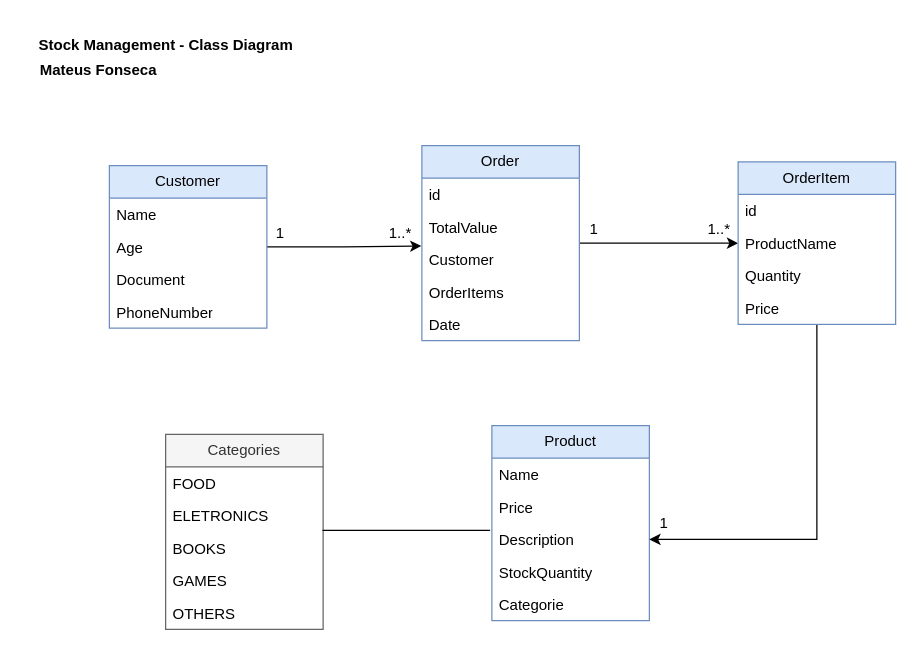
Before: Images/class-diagram.drawio in mateusf-prog/pucpr-ext-stock-management, a draw.io diagram. Source tidied: cells renumbered, new cells numbered last; positions are measured from the earlier drawing's top-left corner, leaving out a move shared by most shapes. Both pictures are drawn from the tidied source at 125%, with x=0, y=0 at pixel (21, 21).
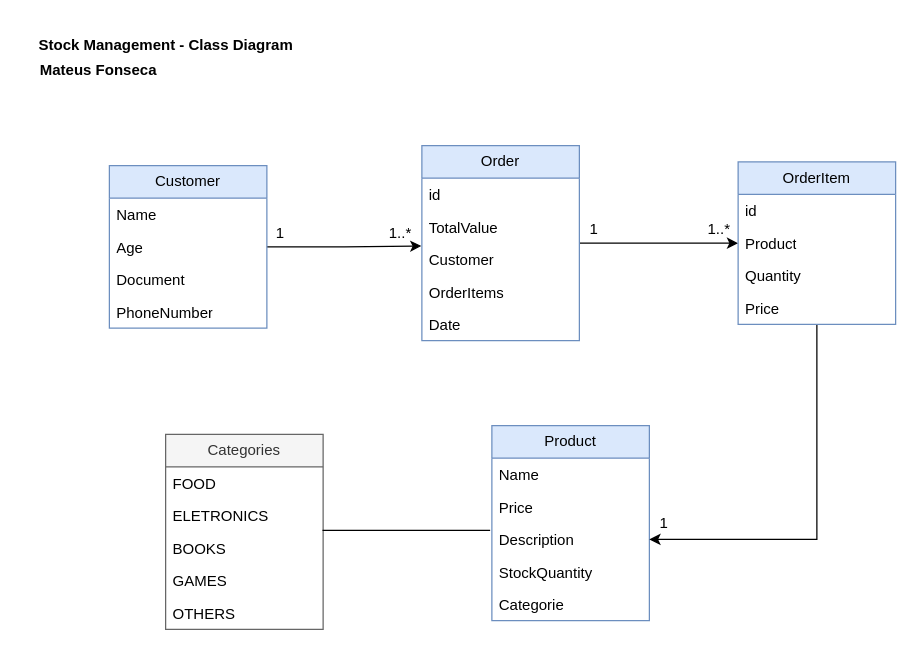
The same diagram, later.

Unchanged cells that the change refers to:
```xml
<mxCell id="22" value="OrderItem" style="swimlane;fontStyle=0;horizontal=1;startSize=26;fillColor=#dae8fc;whiteSpace=wrap;html=1;strokeColor=#6c8ebf;" parent="1" vertex="1">
  <mxGeometry x="573" y="112" width="126" height="130" as="geometry" />
</mxCell>
```

What changed in the source:
```diff
@@
-    <mxCell id="24" value="ProductName" style="text;strokeColor=none;fillColor=none;align=left;verticalAlign=top;spacingLeft=4;spacingRight=4;overflow=hidden;points=[[0,0.5],[1,0.5]];portConstraint=eastwest;whiteSpace=wrap;html=1;" parent="22" vertex="1">
+    <mxCell id="24" value="Product&lt;div&gt;&lt;br&gt;&lt;/div&gt;" style="text;strokeColor=none;fillColor=none;align=left;verticalAlign=top;spacingLeft=4;spacingRight=4;overflow=hidden;points=[[0,0.5],[1,0.5]];portConstraint=eastwest;whiteSpace=wrap;html=1;" parent="22" vertex="1">
       <mxGeometry y="52" width="126" height="26" as="geometry" />
     </mxCell>
```
